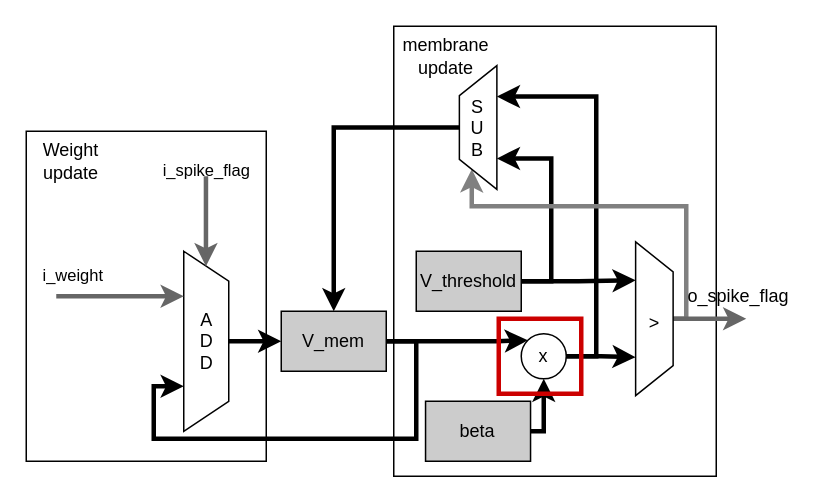
This is blif.drawio from AurelieSa/draw_io, a draw.io file, before an edit. Source tidied: cells renumbered, new cells numbered last; positions are measured from the earlier drawing's top-left corner, leaving out a move shared by most shapes. Both pictures are drawn from the tidied source at 150%, with x=0, y=0 at pixel (26, 26).
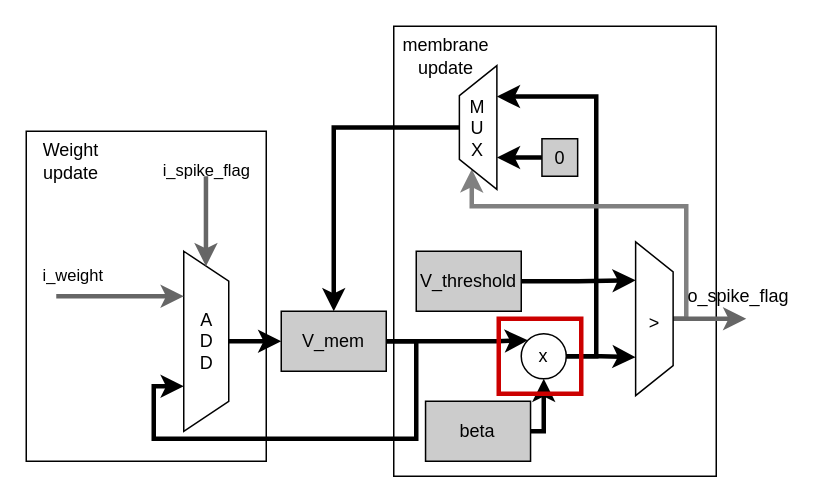
The same diagram, later.

The change refers to these unchanged cells:
```xml
<mxCell id="21" value="V_threshold" style="rounded=0;whiteSpace=wrap;html=1;fillColor=#CCCCCC;" parent="1" vertex="1">
  <mxGeometry x="260" y="150" width="70" height="40" as="geometry" />
</mxCell>
<mxCell id="27" style="shape=trapezoid;perimeter=trapezoidPerimeter;whiteSpace=wrap;html=1;fixedSize=1;rotation=-90;fillColor=none;" parent="1" vertex="1">
  <mxGeometry x="260" y="55" width="82.5" height="25" as="geometry" />
</mxCell>
```

Change to the diagram source:
```diff
@@
-    <mxCell id="20" style="edgeStyle=orthogonalEdgeStyle;rounded=0;jettySize=auto;html=1;exitX=1;exitY=0.5;exitDx=0;exitDy=0;entryX=0.25;entryY=1;entryDx=0;entryDy=0;strokeColor=#000000;strokeWidth=3;" parent="1" edge="1" source="21" target="27">
-      <mxGeometry relative="1" as="geometry" />
-    </mxCell>
@@
-    <mxCell id="28" value="&lt;div&gt;S&lt;/div&gt;&lt;div&gt;U&lt;/div&gt;&lt;div&gt;B&lt;br&gt;&lt;/div&gt;" style="text;html=1;align=center;verticalAlign=middle;whiteSpace=wrap;rounded=0;" parent="1" vertex="1">
+    <mxCell id="28" value="&lt;div&gt;M&lt;/div&gt;&lt;div&gt;U&lt;/div&gt;&lt;div&gt;X&lt;/div&gt;" style="text;html=1;align=center;verticalAlign=middle;whiteSpace=wrap;rounded=0;" parent="1" vertex="1">
       <mxGeometry x="271.2" y="52.5" width="60" height="30" as="geometry" />
     </mxCell>
@@
+    <mxCell id="33" style="edgeStyle=orthogonalEdgeStyle;rounded=0;jettySize=auto;html=1;exitX=0;exitY=0.5;exitDx=0;exitDy=0;entryX=0.25;entryY=1;entryDx=0;entryDy=0;strokeWidth=3;" parent="1" edge="1" source="34" target="27">
+      <mxGeometry relative="1" as="geometry" />
+    </mxCell>
+    <mxCell id="34" value="0" style="rounded=0;whiteSpace=wrap;html=1;fillColor=#CCCCCC;" parent="1" vertex="1">
+      <mxGeometry x="343.8" y="75" width="23.8" height="25" as="geometry" />
+    </mxCell>
```
